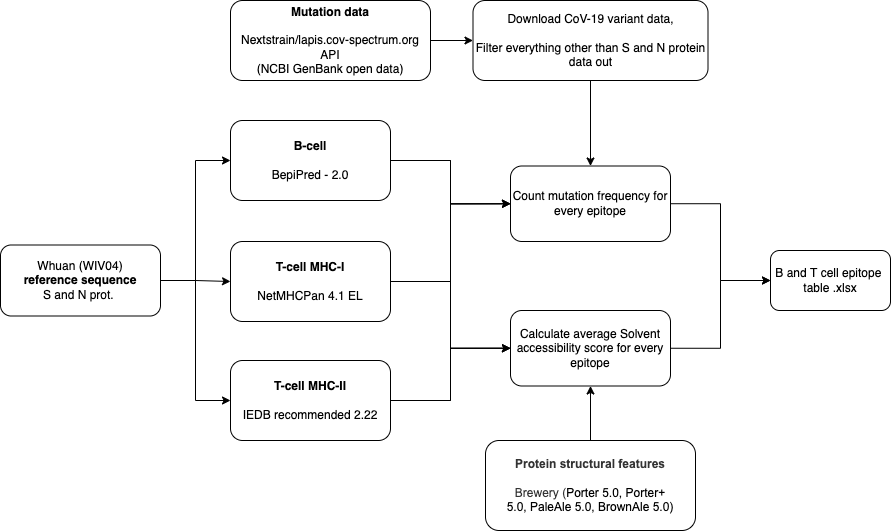
Before: Diagrams/epitope_workflow.png, a diagram exported from draw.io (EdgarsLiepa/CoV_sequnce_analysis). Source tidied: cells renumbered, new cells last; positions are measured from the earlier drawing's top-left corner, leaving out a move shared by most shapes.
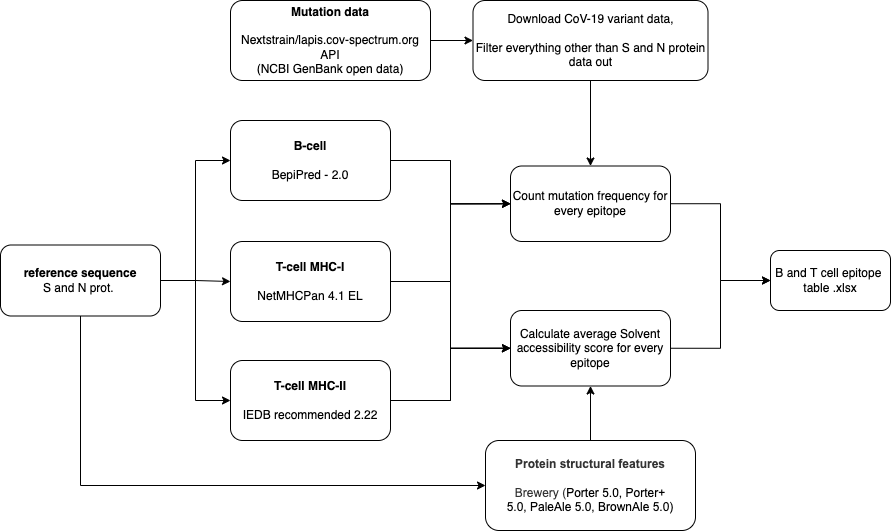
The same diagram one commit later.

Change to the diagram source:
```diff
@@ -71,7 +71,10 @@
     <mxCell id="24" style="edgeStyle=orthogonalEdgeStyle;rounded=0;jettySize=auto;html=1;exitX=1;exitY=0.5;exitDx=0;exitDy=0;entryX=0;entryY=0.5;entryDx=0;entryDy=0;fontSize=12;" parent="1" edge="1" source="25" target="10">
       <mxGeometry relative="1" as="geometry" />
     </mxCell>
+    <mxCell id="26" style="edgeStyle=orthogonalEdgeStyle;rounded=0;jettySize=auto;html=1;exitX=0.5;exitY=1;exitDx=0;exitDy=0;entryX=0;entryY=0.5;entryDx=0;entryDy=0;fontSize=12;" parent="1" edge="1" source="25" target="12">
+      <mxGeometry relative="1" as="geometry" />
+    </mxCell>
-    <mxCell id="25" value="Whuan (&lt;span style=&quot;background-color: initial;&quot;&gt;WIV04&lt;/span&gt;)&lt;br&gt;&lt;b&gt;reference sequence&lt;/b&gt;&lt;br&gt;S and N prot.&amp;nbsp;" style="rounded=1;whiteSpace=wrap;html=1;fontSize=12;" parent="1" vertex="1">
+    <mxCell id="25" value="&lt;b&gt;reference sequence&lt;/b&gt;&lt;br&gt;S and N prot.&amp;nbsp;" style="rounded=1;whiteSpace=wrap;html=1;fontSize=12;" parent="1" vertex="1">
       <mxGeometry y="244.5" width="160" height="71" as="geometry" />
     </mxCell>
   </root>
```
